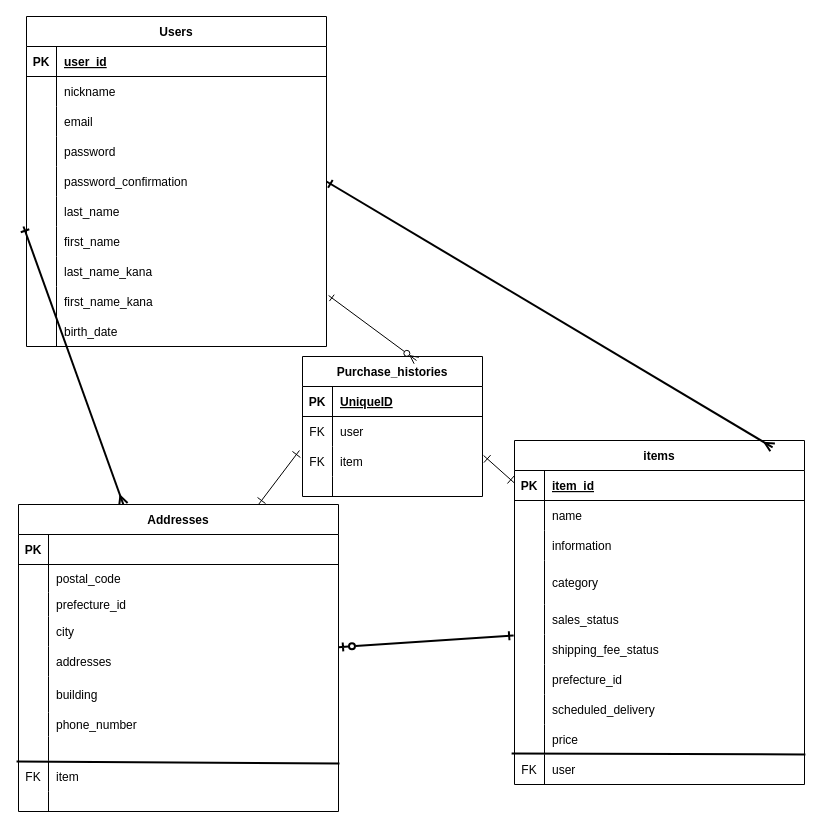
Before: furima-40233.dio in nakamura-mdcn/furima-40233, a draw.io diagram. Source tidied: cells renumbered, new cells numbered last; positions are measured from the earlier drawing's top-left corner, leaving out a move shared by most shapes. Both pictures are drawn from the tidied source at 100%, with x=0, y=0 at pixel (18, 16).
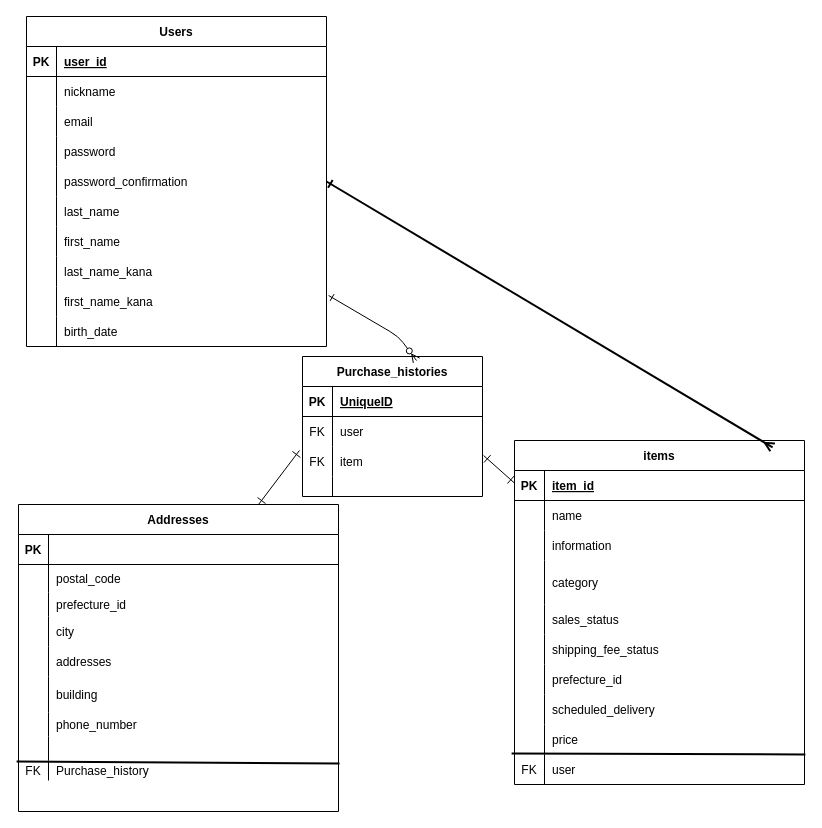
Above is the later version.

Unchanged cells that the change refers to:
```xml
<mxCell id="18" style="shape=tableRow;horizontal=0;startSize=0;swimlaneHead=0;swimlaneBody=0;fillColor=none;points=[[0,0.5],[1,0.5]];portConstraint=eastwest;top=0;left=0;right=0;bottom=0;" parent="2" vertex="1">
  <mxGeometry y="194" width="290" height="30" as="geometry" />
</mxCell>
<mxCell id="53" style="shape=tableRow;horizontal=0;startSize=0;swimlaneHead=0;swimlaneBody=0;fillColor=none;points=[[0,0.5],[1,0.5]];portConstraint=eastwest;top=0;left=0;right=0;bottom=0;" parent="34" vertex="1">
  <mxGeometry y="210" width="300" height="30" as="geometry" />
</mxCell>
<mxCell id="59" style="shape=tableRow;horizontal=0;startSize=0;swimlaneHead=0;swimlaneBody=0;fillColor=none;points=[[0,0.5],[1,0.5]];portConstraint=eastwest;top=0;left=0;right=0;bottom=0;" parent="34" vertex="1">
  <mxGeometry y="270" width="300" height="30" as="geometry" />
</mxCell>
<mxCell id="70" value="Addresses" style="shape=table;startSize=30;childLayout=tableLayout;rowLines=0;fontStyle=1;align=center;" parent="1" vertex="1">
  <mxGeometry y="488" width="320" height="307" as="geometry" />
</mxCell>
```

Change to the diagram source:
```diff
@@
-    <mxCell id="66" style="endArrow=ERmany;html=1;endFill=0;strokeWidth=2;exitX=-0.01;exitY=0;exitDx=0;exitDy=0;exitPerimeter=0;startArrow=ERone;startFill=0;" parent="1" edge="1" source="53" target="70">
-      <mxGeometry relative="1" as="geometry" />
-    </mxCell>
@@
-    <mxCell id="68" style="edgeStyle=none;html=1;strokeWidth=2;startArrow=ERzeroToOne;startFill=0;endArrow=ERone;endFill=0;entryX=-0.003;entryY=0.033;entryDx=0;entryDy=0;entryPerimeter=0;" parent="1" edge="1" source="70" target="18">
-      <mxGeometry relative="1" as="geometry" />
-    </mxCell>
@@
-    <mxCell id="95" style="shape=tableRow;horizontal=0;startSize=0;swimlaneHead=0;swimlaneBody=0;fillColor=none;points=[[0,0.5],[1,0.5]];portConstraint=eastwest;top=0;left=0;right=0;bottom=0;" parent="70" vertex="1">
-      <mxGeometry y="256" width="320" height="31" as="geometry" />
-    </mxCell>
-    <mxCell id="96" value="FK" style="shape=partialRectangle;fillColor=none;top=0;left=0;bottom=0;right=0;overflow=hidden;" parent="95" vertex="1">
-      <mxGeometry width="30" height="31" as="geometry" />
-    </mxCell>
-    <mxCell id="97" value="item" style="shape=partialRectangle;fillColor=none;top=0;left=0;bottom=0;right=0;align=left;spacingLeft=6;overflow=hidden;" parent="95" vertex="1">
-      <mxGeometry x="30" width="290" height="31" as="geometry" />
-    </mxCell>
-    <mxCell id="98" style="endArrow=none;html=1;rounded=0;fontFamily=Helvetica;fontSize=11;fontColor=default;align=center;strokeColor=default;strokeWidth=2;exitX=1.003;exitY=0.1;exitDx=0;exitDy=0;exitPerimeter=0;entryX=-0.006;entryY=0.033;entryDx=0;entryDy=0;entryPerimeter=0;" parent="70" edge="1" source="95" target="95">
-      <mxGeometry relative="1" as="geometry" />
+    <mxCell id="98" style="endArrow=none;html=1;rounded=0;fontFamily=Helvetica;fontSize=11;fontColor=default;align=center;strokeColor=default;strokeWidth=2;exitX=1.003;exitY=0.1;exitDx=0;exitDy=0;exitPerimeter=0;entryX=-0.006;entryY=0.033;entryDx=0;entryDy=0;entryPerimeter=0;" parent="70" edge="1">
+      <mxGeometry relative="1" as="geometry">
+        <mxPoint x="321" y="259.1" as="sourcePoint" />
+        <mxPoint x="-1.9" y="257" as="targetPoint" />
+      </mxGeometry>
     </mxCell>
     <mxCell id="99" style="shape=tableRow;horizontal=0;startSize=0;swimlaneHead=0;swimlaneBody=0;fillColor=none;top=0;left=0;right=0;bottom=0;" parent="70" vertex="1">
-      <mxGeometry y="287" width="320" height="20" as="geometry" />
+      <mxGeometry y="256" width="320" height="20" as="geometry" />
     </mxCell>
-    <mxCell id="100" style="shape=partialRectangle;fillColor=none;top=0;left=0;bottom=0;right=0;overflow=hidden;" parent="99" vertex="1">
+    <mxCell id="100" value="FK" style="shape=partialRectangle;fillColor=none;top=0;left=0;bottom=0;right=0;overflow=hidden;" parent="99" vertex="1">
       <mxGeometry width="30" height="20" as="geometry" />
     </mxCell>
-    <mxCell id="101" style="shape=partialRectangle;fillColor=none;top=0;left=0;bottom=0;right=0;align=left;spacingLeft=6;overflow=hidden;" parent="99" vertex="1">
+    <mxCell id="101" value="Purchase_history" style="shape=partialRectangle;fillColor=none;top=0;left=0;bottom=0;right=0;align=left;spacingLeft=6;overflow=hidden;" parent="99" vertex="1">
       <mxGeometry x="30" width="290" height="20" as="geometry" />
     </mxCell>
@@
     <mxCell id="117" style="edgeStyle=none;jettySize=auto;html=1;startArrow=ERone;startFill=0;endArrow=ERzeroToMany;endFill=0;exitX=1.007;exitY=0.3;exitDx=0;exitDy=0;exitPerimeter=0;" parent="1" edge="1" source="59">
       <mxGeometry relative="1" as="geometry">
         <mxPoint x="398" y="344" as="targetPoint" />
+        <Array as="points">
+          <mxPoint x="380" y="320" />
+        </Array>
       </mxGeometry>
     </mxCell>
```
